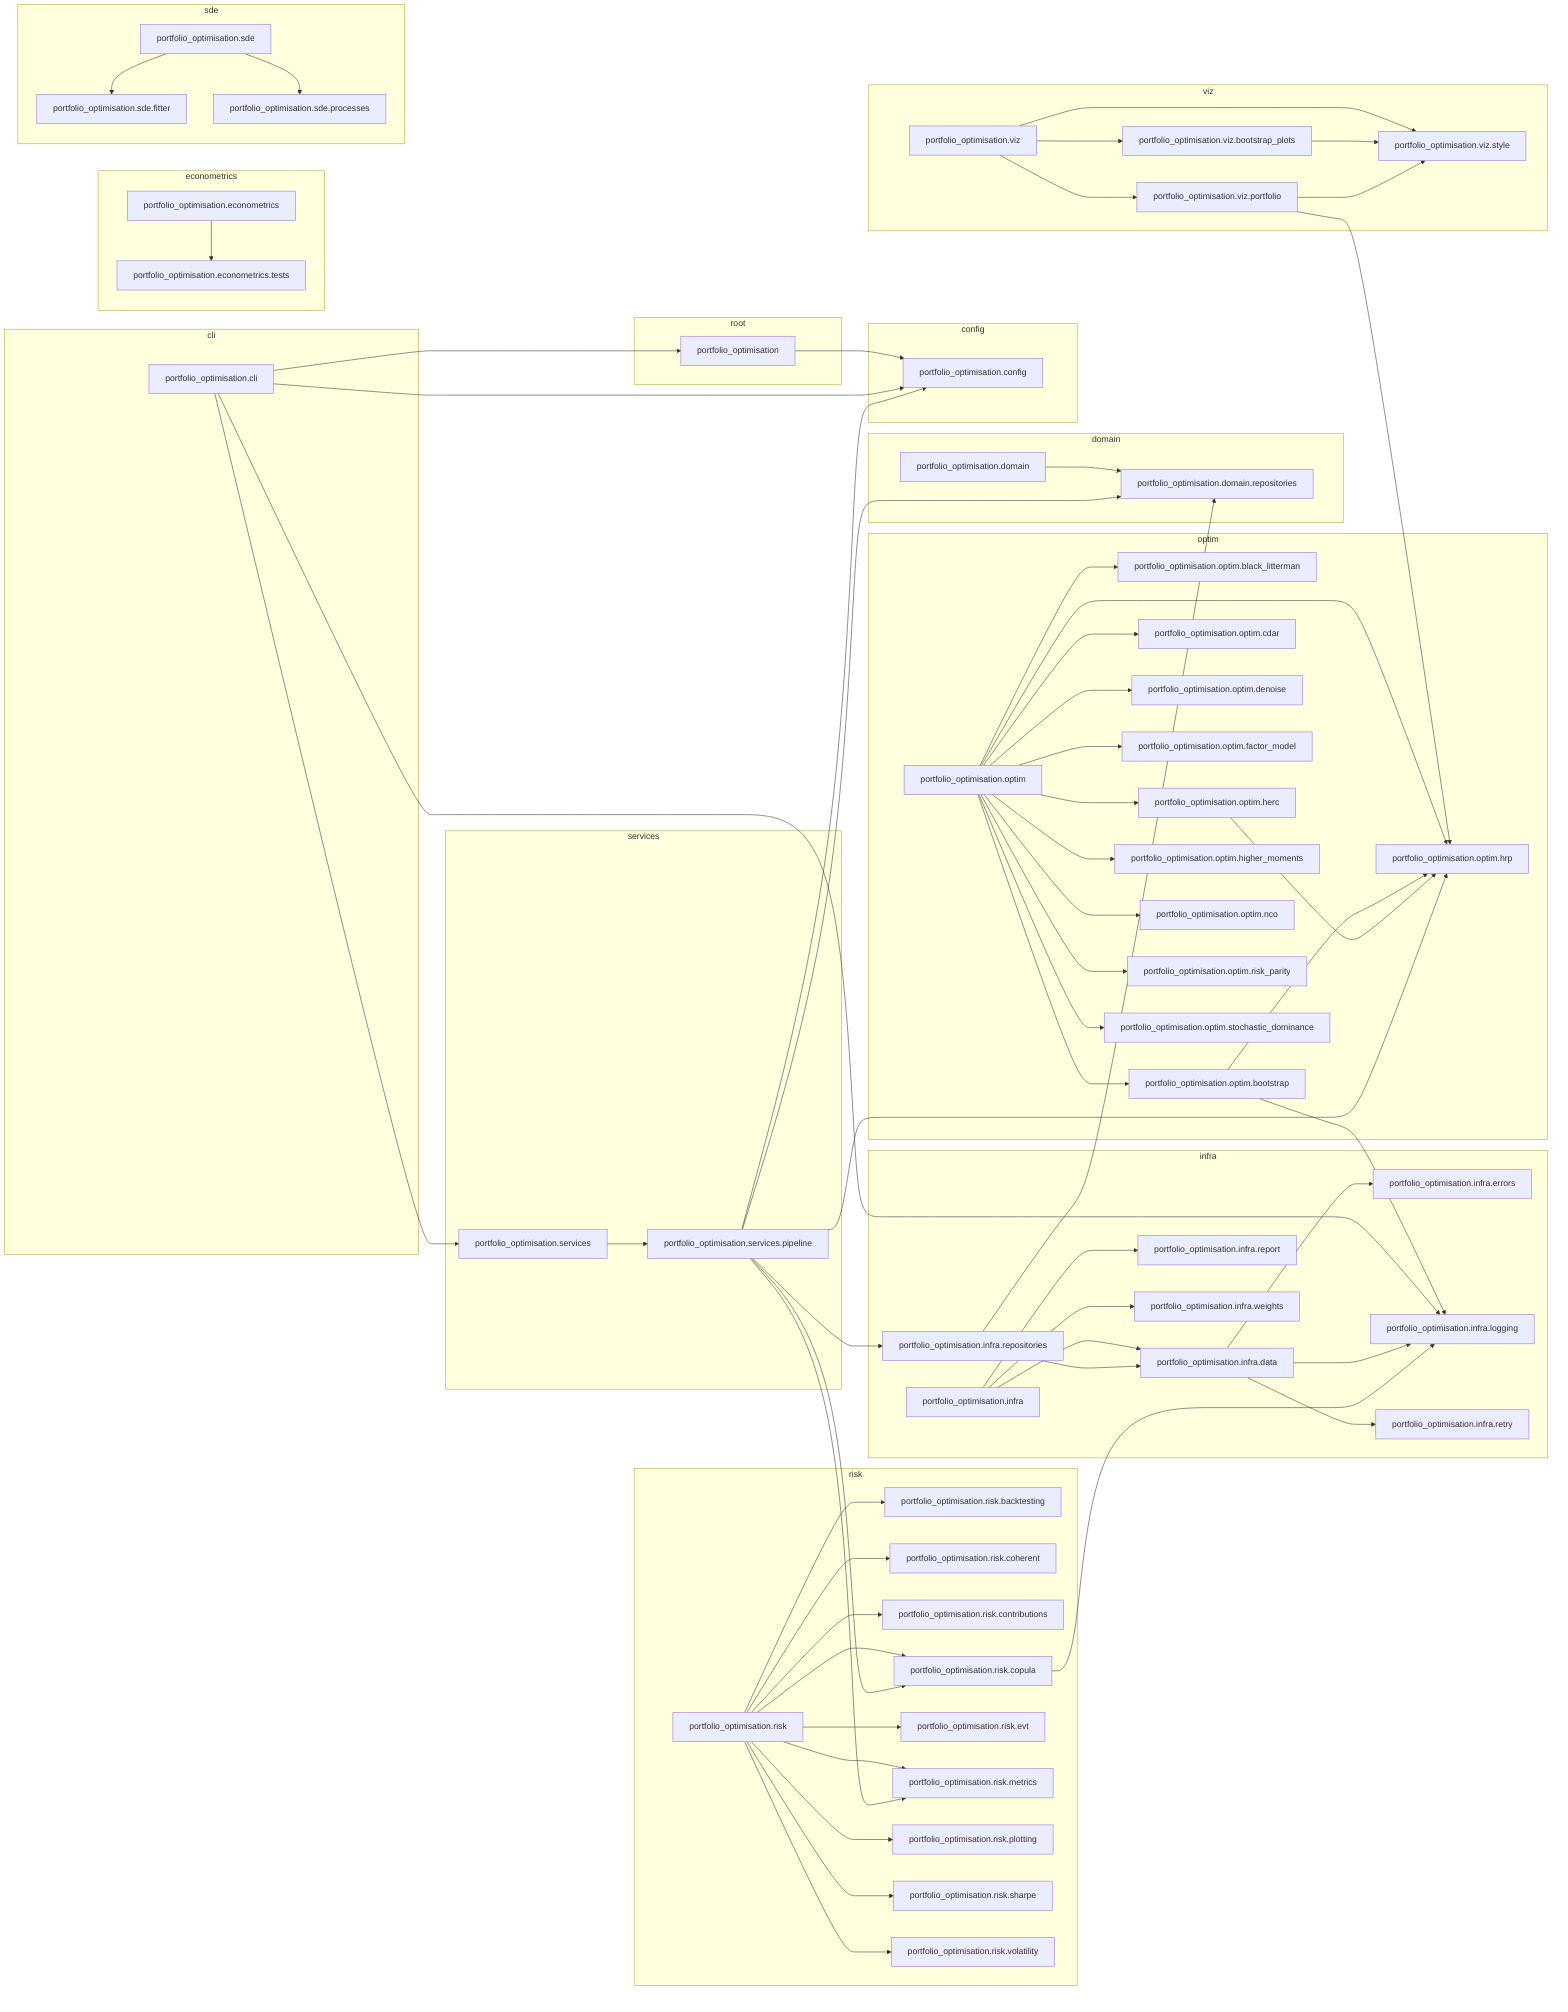
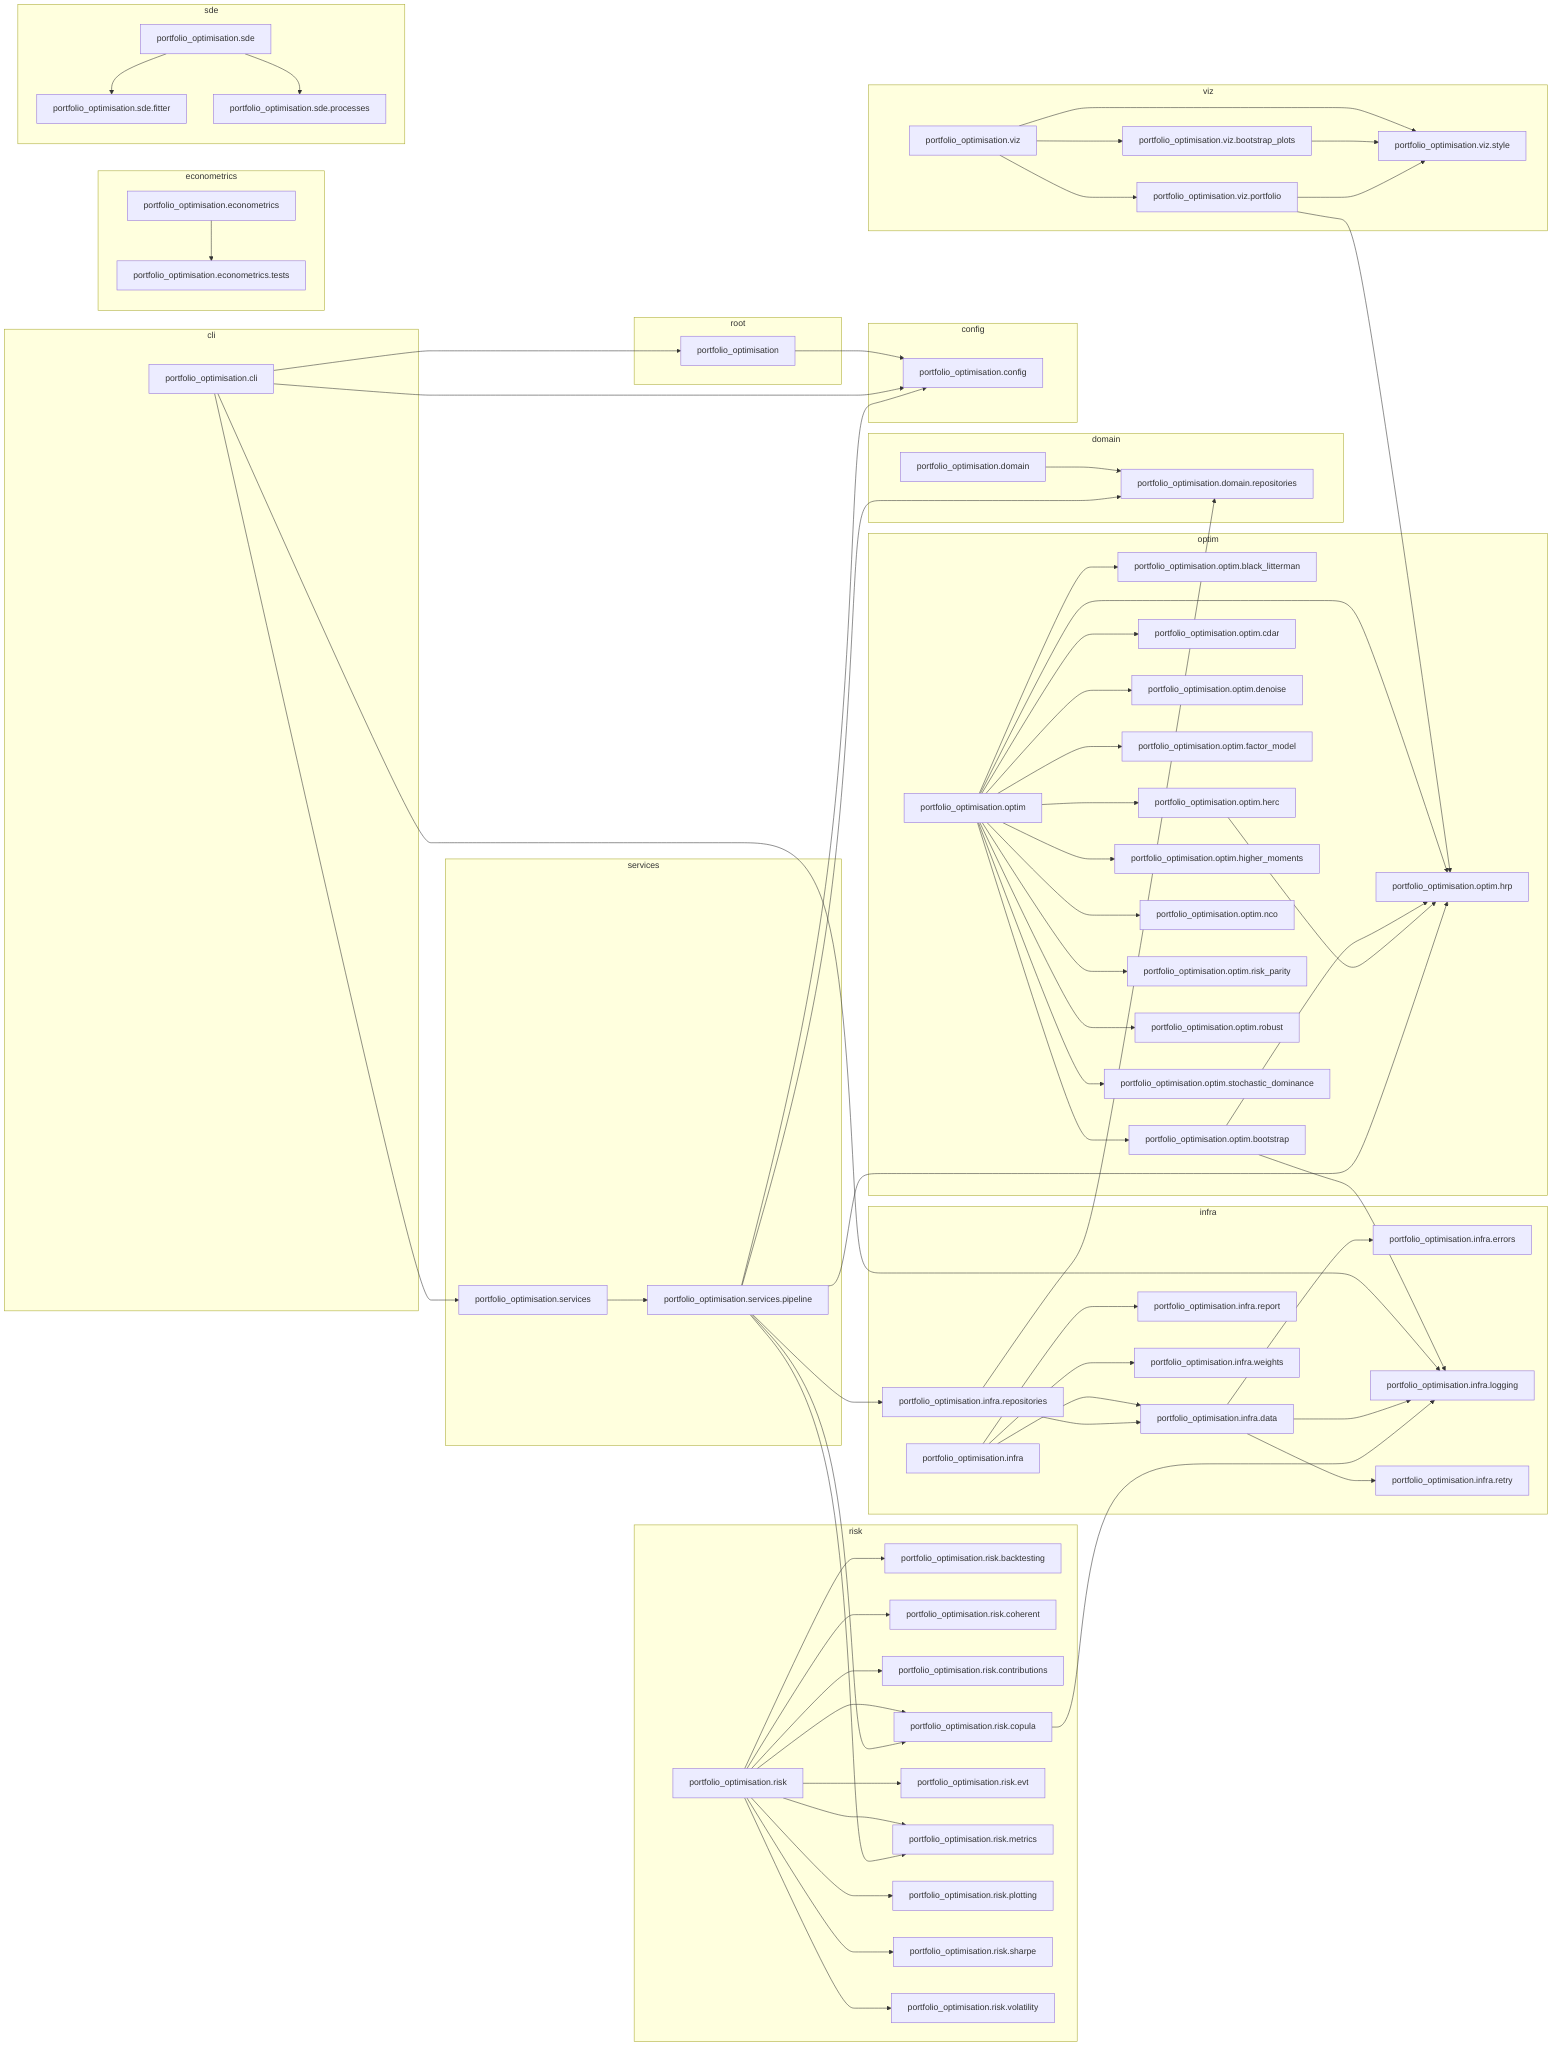
flowchart LR
    subgraph cli
        portfolio_optimisation_cli["portfolio_optimisation.cli"]
    end
    subgraph config
        portfolio_optimisation_config["portfolio_optimisation.config"]
    end
    subgraph domain
        portfolio_optimisation_domain["portfolio_optimisation.domain"]
        portfolio_optimisation_domain_repositories["portfolio_optimisation.domain.repositories"]
    end
    subgraph econometrics
        portfolio_optimisation_econometrics["portfolio_optimisation.econometrics"]
        portfolio_optimisation_econometrics_tests["portfolio_optimisation.econometrics.tests"]
    end
    subgraph infra
        portfolio_optimisation_infra["portfolio_optimisation.infra"]
        portfolio_optimisation_infra_data["portfolio_optimisation.infra.data"]
        portfolio_optimisation_infra_errors["portfolio_optimisation.infra.errors"]
        portfolio_optimisation_infra_logging["portfolio_optimisation.infra.logging"]
        portfolio_optimisation_infra_report["portfolio_optimisation.infra.report"]
        portfolio_optimisation_infra_repositories["portfolio_optimisation.infra.repositories"]
        portfolio_optimisation_infra_retry["portfolio_optimisation.infra.retry"]
        portfolio_optimisation_infra_weights["portfolio_optimisation.infra.weights"]
    end
    subgraph optim
        portfolio_optimisation_optim["portfolio_optimisation.optim"]
        portfolio_optimisation_optim_black_litterman["portfolio_optimisation.optim.black_litterman"]
        portfolio_optimisation_optim_bootstrap["portfolio_optimisation.optim.bootstrap"]
        portfolio_optimisation_optim_cdar["portfolio_optimisation.optim.cdar"]
        portfolio_optimisation_optim_denoise["portfolio_optimisation.optim.denoise"]
        portfolio_optimisation_optim_factor_model["portfolio_optimisation.optim.factor_model"]
        portfolio_optimisation_optim_herc["portfolio_optimisation.optim.herc"]
        portfolio_optimisation_optim_higher_moments["portfolio_optimisation.optim.higher_moments"]
        portfolio_optimisation_optim_hrp["portfolio_optimisation.optim.hrp"]
        portfolio_optimisation_optim_nco["portfolio_optimisation.optim.nco"]
        portfolio_optimisation_optim_risk_parity["portfolio_optimisation.optim.risk_parity"]
+         portfolio_optimisation_optim_robust["portfolio_optimisation.optim.robust"]
        portfolio_optimisation_optim_stochastic_dominance["portfolio_optimisation.optim.stochastic_dominance"]
    end
    subgraph risk
        portfolio_optimisation_risk["portfolio_optimisation.risk"]
        portfolio_optimisation_risk_backtesting["portfolio_optimisation.risk.backtesting"]
        portfolio_optimisation_risk_coherent["portfolio_optimisation.risk.coherent"]
        portfolio_optimisation_risk_contributions["portfolio_optimisation.risk.contributions"]
        portfolio_optimisation_risk_copula["portfolio_optimisation.risk.copula"]
        portfolio_optimisation_risk_evt["portfolio_optimisation.risk.evt"]
        portfolio_optimisation_risk_metrics["portfolio_optimisation.risk.metrics"]
        portfolio_optimisation_risk_plotting["portfolio_optimisation.risk.plotting"]
        portfolio_optimisation_risk_sharpe["portfolio_optimisation.risk.sharpe"]
        portfolio_optimisation_risk_volatility["portfolio_optimisation.risk.volatility"]
    end
    subgraph root
        portfolio_optimisation["portfolio_optimisation"]
    end
    subgraph sde
        portfolio_optimisation_sde["portfolio_optimisation.sde"]
        portfolio_optimisation_sde_fitter["portfolio_optimisation.sde.fitter"]
        portfolio_optimisation_sde_processes["portfolio_optimisation.sde.processes"]
    end
    subgraph services
        portfolio_optimisation_services["portfolio_optimisation.services"]
        portfolio_optimisation_services_pipeline["portfolio_optimisation.services.pipeline"]
    end
    subgraph viz
        portfolio_optimisation_viz["portfolio_optimisation.viz"]
        portfolio_optimisation_viz_bootstrap_plots["portfolio_optimisation.viz.bootstrap_plots"]
        portfolio_optimisation_viz_portfolio["portfolio_optimisation.viz.portfolio"]
        portfolio_optimisation_viz_style["portfolio_optimisation.viz.style"]
    end
    portfolio_optimisation --> portfolio_optimisation_config
    portfolio_optimisation_cli --> portfolio_optimisation
    portfolio_optimisation_cli --> portfolio_optimisation_config
    portfolio_optimisation_cli --> portfolio_optimisation_infra_logging
    portfolio_optimisation_cli --> portfolio_optimisation_services
    portfolio_optimisation_domain --> portfolio_optimisation_domain_repositories
    portfolio_optimisation_econometrics --> portfolio_optimisation_econometrics_tests
    portfolio_optimisation_infra --> portfolio_optimisation_infra_data
    portfolio_optimisation_infra --> portfolio_optimisation_infra_report
    portfolio_optimisation_infra --> portfolio_optimisation_infra_weights
    portfolio_optimisation_infra_data --> portfolio_optimisation_infra_errors
    portfolio_optimisation_infra_data --> portfolio_optimisation_infra_logging
    portfolio_optimisation_infra_data --> portfolio_optimisation_infra_retry
    portfolio_optimisation_infra_repositories --> portfolio_optimisation_domain_repositories
    portfolio_optimisation_infra_repositories --> portfolio_optimisation_infra_data
    portfolio_optimisation_optim --> portfolio_optimisation_optim_black_litterman
    portfolio_optimisation_optim --> portfolio_optimisation_optim_bootstrap
    portfolio_optimisation_optim --> portfolio_optimisation_optim_cdar
    portfolio_optimisation_optim --> portfolio_optimisation_optim_denoise
    portfolio_optimisation_optim --> portfolio_optimisation_optim_factor_model
    portfolio_optimisation_optim --> portfolio_optimisation_optim_herc
    portfolio_optimisation_optim --> portfolio_optimisation_optim_higher_moments
    portfolio_optimisation_optim --> portfolio_optimisation_optim_hrp
    portfolio_optimisation_optim --> portfolio_optimisation_optim_nco
    portfolio_optimisation_optim --> portfolio_optimisation_optim_risk_parity
+     portfolio_optimisation_optim --> portfolio_optimisation_optim_robust
    portfolio_optimisation_optim --> portfolio_optimisation_optim_stochastic_dominance
    portfolio_optimisation_optim_bootstrap --> portfolio_optimisation_infra_logging
    portfolio_optimisation_optim_bootstrap --> portfolio_optimisation_optim_hrp
    portfolio_optimisation_optim_herc --> portfolio_optimisation_optim_hrp
    portfolio_optimisation_risk --> portfolio_optimisation_risk_backtesting
    portfolio_optimisation_risk --> portfolio_optimisation_risk_coherent
    portfolio_optimisation_risk --> portfolio_optimisation_risk_contributions
    portfolio_optimisation_risk --> portfolio_optimisation_risk_copula
    portfolio_optimisation_risk --> portfolio_optimisation_risk_evt
    portfolio_optimisation_risk --> portfolio_optimisation_risk_metrics
    portfolio_optimisation_risk --> portfolio_optimisation_risk_plotting
    portfolio_optimisation_risk --> portfolio_optimisation_risk_sharpe
    portfolio_optimisation_risk --> portfolio_optimisation_risk_volatility
    portfolio_optimisation_risk_copula --> portfolio_optimisation_infra_logging
    portfolio_optimisation_sde --> portfolio_optimisation_sde_fitter
    portfolio_optimisation_sde --> portfolio_optimisation_sde_processes
    portfolio_optimisation_services --> portfolio_optimisation_services_pipeline
    portfolio_optimisation_services_pipeline --> portfolio_optimisation_config
    portfolio_optimisation_services_pipeline --> portfolio_optimisation_domain_repositories
    portfolio_optimisation_services_pipeline --> portfolio_optimisation_infra_repositories
    portfolio_optimisation_services_pipeline --> portfolio_optimisation_optim_hrp
    portfolio_optimisation_services_pipeline --> portfolio_optimisation_risk_copula
    portfolio_optimisation_services_pipeline --> portfolio_optimisation_risk_metrics
    portfolio_optimisation_viz --> portfolio_optimisation_viz_bootstrap_plots
    portfolio_optimisation_viz --> portfolio_optimisation_viz_portfolio
    portfolio_optimisation_viz --> portfolio_optimisation_viz_style
    portfolio_optimisation_viz_bootstrap_plots --> portfolio_optimisation_viz_style
    portfolio_optimisation_viz_portfolio --> portfolio_optimisation_optim_hrp
    portfolio_optimisation_viz_portfolio --> portfolio_optimisation_viz_style
